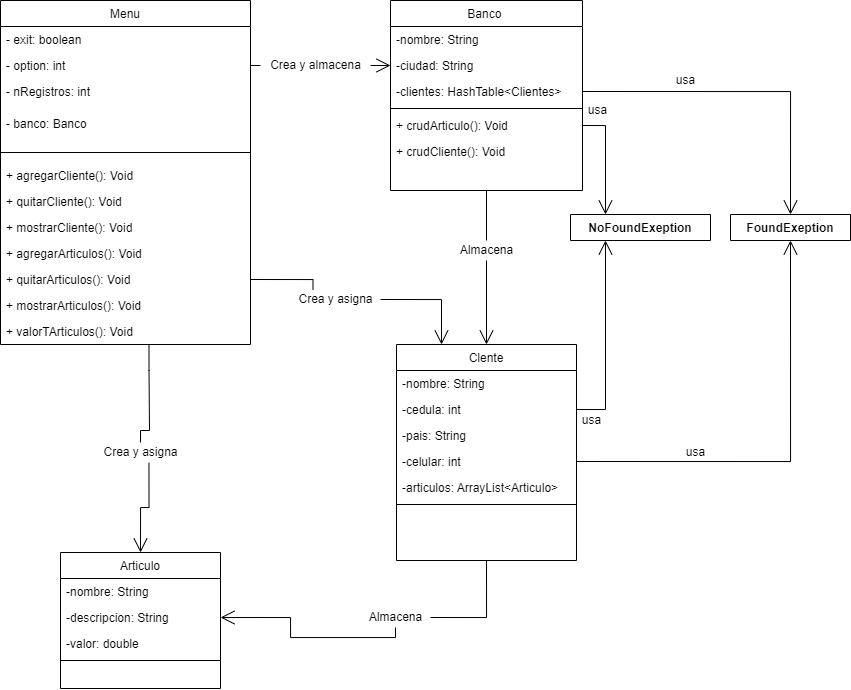
Above: Reto6.png in Fialtron/Tecnicas_Reto6 (draw.io), before the change. Source tidied: cells renumbered, new cells last; positions are measured from the earlier drawing's top-left corner, leaving out a move shared by most shapes.
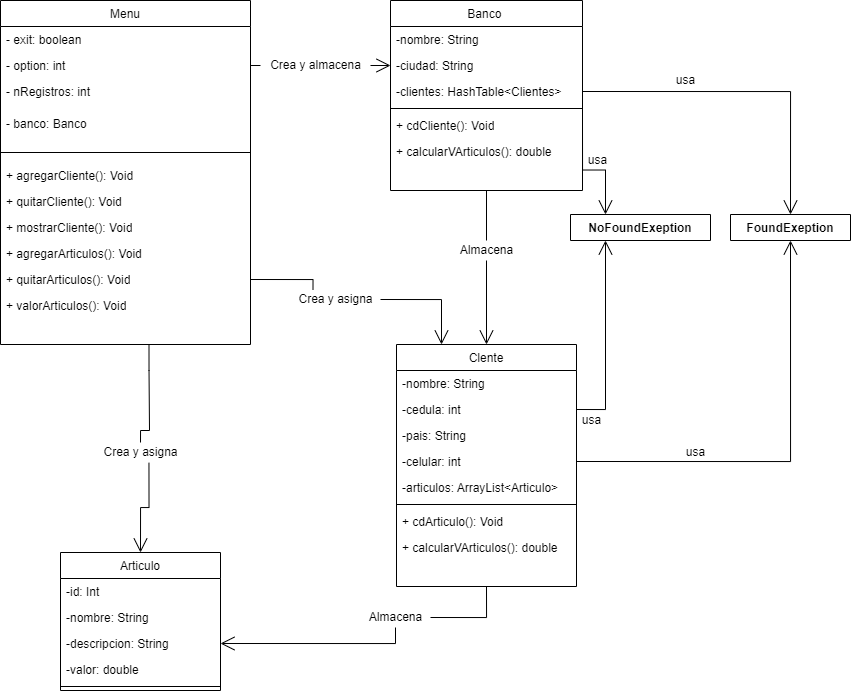
Later version of the same file.

Commit message:
Actualizacion de diagrama de clases

Change to the diagram source:
```diff
@@ -35,29 +35,29 @@
     <mxCell id="12" value="+ quitarArticulos(): Void" style="text;html=1;strokeColor=none;fillColor=none;align=left;verticalAlign=top;spacingLeft=4;spacingRight=4;whiteSpace=wrap;overflow=hidden;points=[[0,0.5],[1,0.5]];portConstraint=eastwest;" parent="2" vertex="1">
       <mxGeometry y="266" width="250" height="26" as="geometry" />
     </mxCell>
-    <mxCell id="13" value="+ mostrarArticulos(): Void" style="text;html=1;strokeColor=none;fillColor=none;align=left;verticalAlign=top;spacingLeft=4;spacingRight=4;whiteSpace=wrap;overflow=hidden;" parent="2" vertex="1">
+    <mxCell id="13" value="+ valorArticulos(): Void" style="text;html=1;strokeColor=none;fillColor=none;align=left;verticalAlign=top;spacingLeft=4;spacingRight=4;whiteSpace=wrap;overflow=hidden;" parent="2" vertex="1">
       <mxGeometry y="292" width="250" height="26" as="geometry" />
     </mxCell>
-    <mxCell id="14" value="+ valorTArticulos(): Void" style="text;html=1;strokeColor=none;fillColor=none;align=left;verticalAlign=top;spacingLeft=4;spacingRight=4;whiteSpace=wrap;overflow=hidden;points=[[0,0.5],[1,0.5]];portConstraint=eastwest;" parent="2" vertex="1">
-      <mxGeometry y="318" width="250" height="26" as="geometry" />
-    </mxCell>
     <mxCell id="15" value="Articulo" style="swimlane;fontStyle=0;align=center;verticalAlign=top;horizontal=1;startSize=26;rounded=0;shadow=0;strokeWidth=1;" parent="1" vertex="1">
-      <mxGeometry x="60" y="552" width="160" height="136" as="geometry" />
+      <mxGeometry x="60" y="552" width="160" height="138" as="geometry" />
     </mxCell>
-    <mxCell id="16" value="-nombre: String&#10;" style="text;align=left;verticalAlign=top;spacingLeft=4;spacingRight=4;overflow=hidden;" parent="15" vertex="1">
+    <mxCell id="16" value="-id: Int&#10;" style="text;align=left;verticalAlign=top;spacingLeft=4;spacingRight=4;overflow=hidden;" parent="15" vertex="1">
       <mxGeometry y="26" width="160" height="26" as="geometry" />
     </mxCell>
+    <mxCell id="59" value="-nombre: String&#10;" style="text;align=left;verticalAlign=top;spacingLeft=4;spacingRight=4;overflow=hidden;" parent="15" vertex="1">
+      <mxGeometry y="52" width="160" height="26" as="geometry" />
+    </mxCell>
     <mxCell id="17" value="-descripcion: String&#10;" style="text;align=left;verticalAlign=top;spacingLeft=4;spacingRight=4;overflow=hidden;points=[[0,0.5],[1,0.5]];portConstraint=eastwest;" parent="15" vertex="1">
-      <mxGeometry y="52" width="160" height="26" as="geometry" />
+      <mxGeometry y="78" width="160" height="26" as="geometry" />
     </mxCell>
     <mxCell id="18" value="-valor: double&#10;" style="text;align=left;verticalAlign=top;spacingLeft=4;spacingRight=4;overflow=hidden;" parent="15" vertex="1">
-      <mxGeometry y="78" width="160" height="26" as="geometry" />
+      <mxGeometry y="104" width="160" height="26" as="geometry" />
     </mxCell>
     <mxCell id="19" style="line;html=1;strokeWidth=1;align=left;verticalAlign=middle;spacingTop=-1;spacingLeft=3;spacingRight=3;labelPosition=right;" parent="15" vertex="1">
-      <mxGeometry y="104" width="160" height="8" as="geometry" />
+      <mxGeometry y="130" width="160" height="8" as="geometry" />
     </mxCell>
     <mxCell id="20" value="Clente" style="swimlane;fontStyle=0;align=center;verticalAlign=top;horizontal=1;startSize=26;rounded=0;shadow=0;strokeWidth=1;" parent="1" vertex="1">
-      <mxGeometry x="396" y="344" width="180" height="216" as="geometry" />
+      <mxGeometry x="396" y="344" width="180" height="242" as="geometry" />
     </mxCell>
     <mxCell id="21" value="-nombre: String&#10;" style="text;align=left;verticalAlign=top;spacingLeft=4;spacingRight=4;overflow=hidden;" parent="20" vertex="1">
       <mxGeometry y="26" width="180" height="26" as="geometry" />
@@ -77,6 +77,12 @@
     <mxCell id="26" style="line;html=1;strokeWidth=1;align=left;verticalAlign=middle;spacingTop=-1;spacingLeft=3;spacingRight=3;labelPosition=right;" parent="20" vertex="1">
       <mxGeometry y="156" width="180" height="8" as="geometry" />
     </mxCell>
+    <mxCell id="60" value="+ cdArticulo(): Void" style="text;html=1;strokeColor=none;fillColor=none;align=left;verticalAlign=top;spacingLeft=4;spacingRight=4;whiteSpace=wrap;overflow=hidden;" parent="20" vertex="1">
+      <mxGeometry y="164" width="180" height="26" as="geometry" />
+    </mxCell>
+    <mxCell id="61" value="+ calcularVArticulos(): double" style="text;html=1;strokeColor=none;fillColor=none;align=left;verticalAlign=top;spacingLeft=4;spacingRight=4;whiteSpace=wrap;overflow=hidden;" parent="20" vertex="1">
+      <mxGeometry y="190" width="180" height="26" as="geometry" />
+    </mxCell>
     <mxCell id="27" value="Banco " style="swimlane;fontStyle=0;align=center;verticalAlign=top;horizontal=1;startSize=26;rounded=0;shadow=0;strokeWidth=1;" parent="1" vertex="1">
       <mxGeometry x="390" width="192" height="190" as="geometry" />
     </mxCell>
@@ -92,12 +98,12 @@
     <mxCell id="31" style="line;html=1;strokeWidth=1;align=left;verticalAlign=middle;spacingTop=-1;spacingLeft=3;spacingRight=3;labelPosition=right;" parent="27" vertex="1">
       <mxGeometry y="104" width="192" height="8" as="geometry" />
     </mxCell>
-    <mxCell id="32" value="+ crudArticulo(): Void" style="text;html=1;strokeColor=none;fillColor=none;align=left;verticalAlign=top;spacingLeft=4;spacingRight=4;whiteSpace=wrap;overflow=hidden;points=[[0,0.5],[1,0.5]];portConstraint=eastwest;" parent="27" vertex="1">
-      <mxGeometry y="112" width="192" height="26" as="geometry" />
-    </mxCell>
-    <mxCell id="33" value="+ crudCliente(): Void" style="text;html=1;strokeColor=none;fillColor=none;align=left;verticalAlign=top;spacingLeft=4;spacingRight=4;whiteSpace=wrap;overflow=hidden;" parent="27" vertex="1">
-      <mxGeometry y="138" width="192" height="26" as="geometry" />
+    <mxCell id="33" value="+ cdCliente(): Void" style="text;html=1;strokeColor=none;fillColor=none;align=left;verticalAlign=top;spacingLeft=4;spacingRight=4;whiteSpace=wrap;overflow=hidden;" parent="27" vertex="1">
+      <mxGeometry y="112" width="192" height="26" as="geometry" />
     </mxCell>
+    <mxCell id="62" value="+ calcularVArticulos(): double" style="text;html=1;strokeColor=none;fillColor=none;align=left;verticalAlign=top;spacingLeft=4;spacingRight=4;whiteSpace=wrap;overflow=hidden;" parent="27" vertex="1">
+      <mxGeometry y="138" width="192" height="26" as="geometry" />
+    </mxCell>
     <mxCell id="34" style="endArrow=open;endFill=1;endSize=12;html=1;rounded=0;exitX=1;exitY=0.5;exitDx=0;exitDy=0;entryX=0;entryY=0.5;entryDx=0;entryDy=0;startArrow=none;" parent="1" edge="1" source="41" target="29">
       <mxGeometry relative="1" as="geometry" />
     </mxCell>
@@ -116,8 +122,9 @@
     <mxCell id="39" value="Crea y asigna" style="text;html=1;align=center;verticalAlign=middle;points=[];strokeColor=none;fillColor=none;" parent="1" vertex="1">
       <mxGeometry x="95" y="442" width="90" height="20" as="geometry" />
     </mxCell>
-    <mxCell id="40" style="endArrow=none;endFill=1;endSize=12;html=1;rounded=0;exitX=0.594;exitY=1.015;exitDx=0;exitDy=0;entryX=0.5;entryY=0;entryDx=0;entryDy=0;exitPerimeter=0;edgeStyle=orthogonalEdgeStyle;" parent="1" edge="1" source="14" target="39">
+    <mxCell id="40" style="endArrow=none;endFill=1;endSize=12;html=1;rounded=0;exitX=0.594;exitY=1.015;exitDx=0;exitDy=0;entryX=0.5;entryY=0;entryDx=0;entryDy=0;exitPerimeter=0;edgeStyle=orthogonalEdgeStyle;" parent="1" edge="1" target="39">
       <mxGeometry relative="1" as="geometry">
+        <mxPoint x="148.5" y="344.4" as="sourcePoint" />
         <Array as="points">
           <mxPoint x="149" y="370" />
           <mxPoint x="149" y="430" />
@@ -168,11 +175,13 @@
     <mxCell id="53" style="endArrow=open;endFill=1;endSize=12;html=1;rounded=0;exitX=1;exitY=0.5;exitDx=0;exitDy=0;entryX=0.5;entryY=0;entryDx=0;entryDy=0;edgeStyle=orthogonalEdgeStyle;" parent="1" edge="1" source="30" target="47">
       <mxGeometry relative="1" as="geometry" />
     </mxCell>
-    <mxCell id="54" style="endArrow=open;endFill=1;endSize=12;html=1;rounded=0;exitX=1;exitY=0.5;exitDx=0;exitDy=0;entryX=0.25;entryY=0;entryDx=0;entryDy=0;edgeStyle=orthogonalEdgeStyle;" parent="1" edge="1" source="32" target="48">
-      <mxGeometry relative="1" as="geometry" />
+    <mxCell id="54" style="endArrow=open;endFill=1;endSize=12;html=1;rounded=0;exitX=1;exitY=0.5;exitDx=0;exitDy=0;entryX=0.25;entryY=0;entryDx=0;entryDy=0;edgeStyle=orthogonalEdgeStyle;" parent="1" edge="1" target="48">
+      <mxGeometry relative="1" as="geometry">
+        <mxPoint x="582" y="125" as="sourcePoint" />
+      </mxGeometry>
     </mxCell>
     <mxCell id="55" value="usa" style="text;html=1;align=center;verticalAlign=middle;strokeColor=none;fillColor=none;" parent="1" vertex="1">
-      <mxGeometry x="582" y="100" width="30" height="20" as="geometry" />
+      <mxGeometry x="582" y="150" width="30" height="20" as="geometry" />
     </mxCell>
     <mxCell id="56" value="usa" style="text;html=1;align=center;verticalAlign=middle;strokeColor=none;fillColor=none;" parent="1" vertex="1">
       <mxGeometry x="670" y="70" width="30" height="20" as="geometry" />
```
